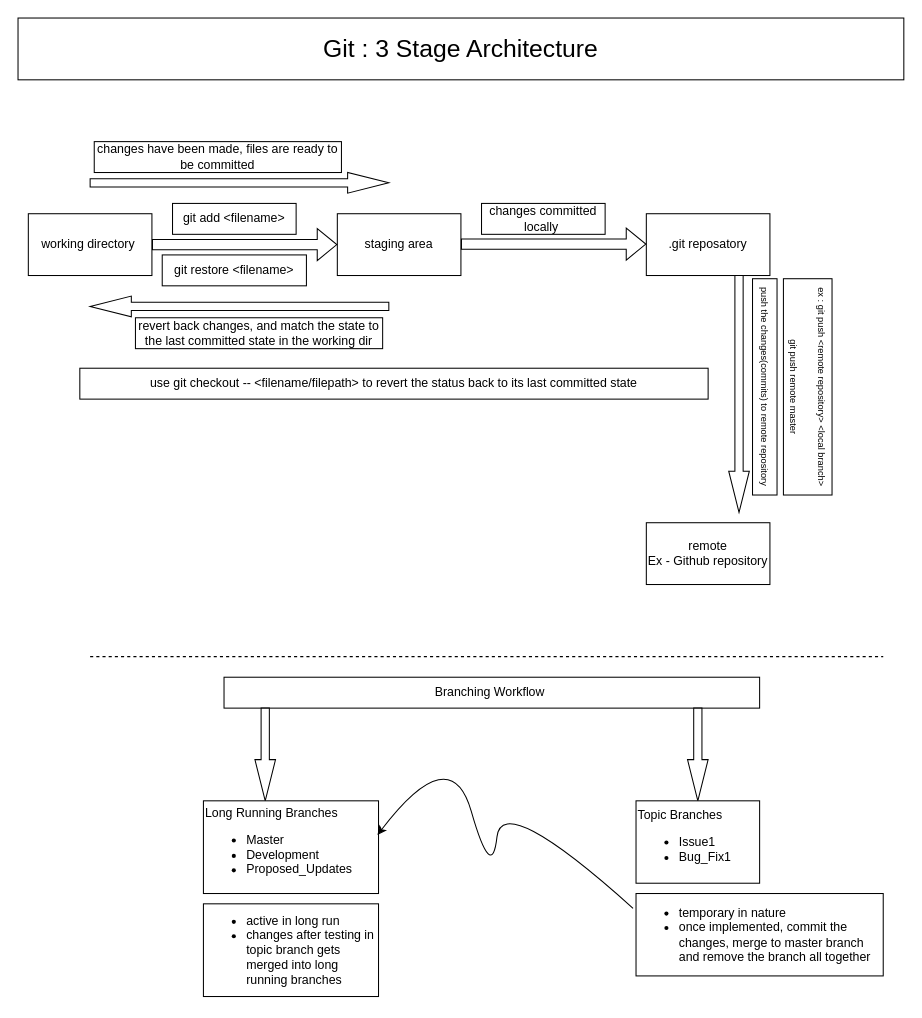
Earlier version of the draw.io diagram Git_architecture.drawio (mj111312/learning-Git). Source tidied: cells renumbered, new cells numbered last; positions are measured from the earlier drawing's top-left corner, leaving out a move shared by most shapes. Both pictures are drawn from the tidied source at 103%, with x=0, y=0 at pixel (18, 18).
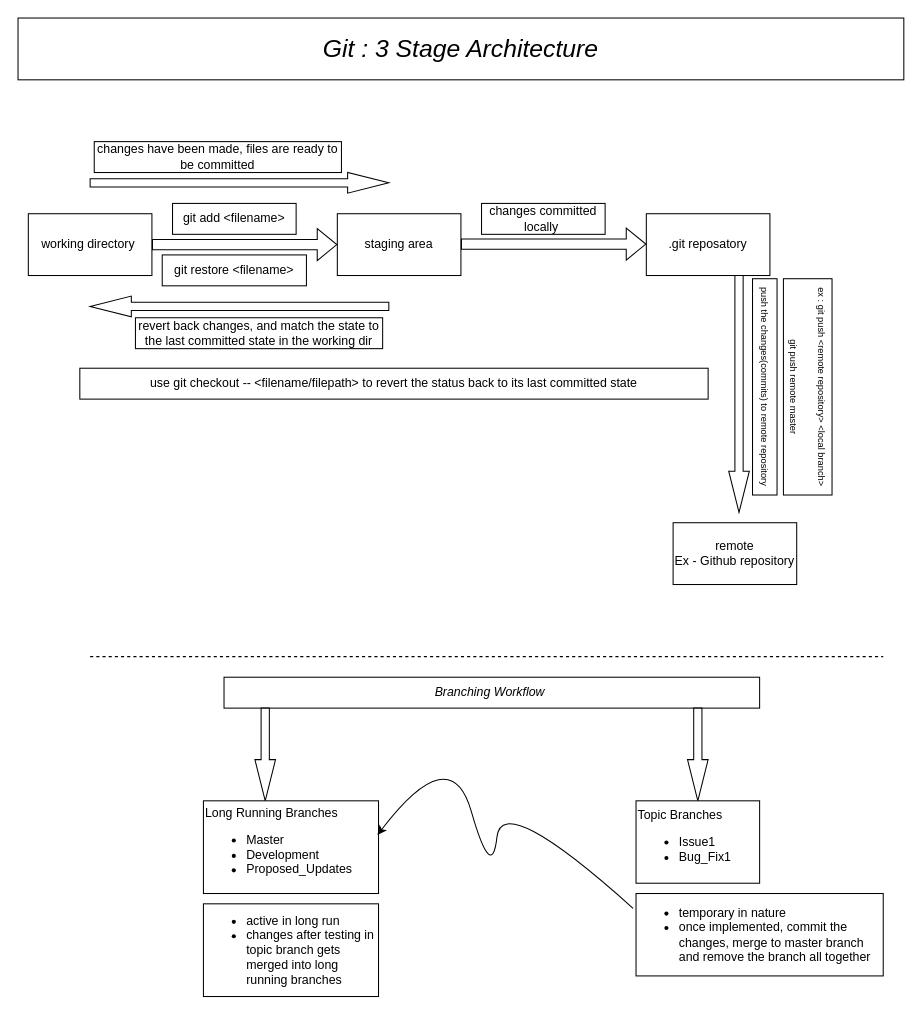
The same page after the edit.

Commit message (it also covers changes not shown here):
made headers in italic font style

What changed in the source:
```diff
@@
-    <mxCell id="7" value="&lt;font style=&quot;font-size: 24px;&quot;&gt;Git : 3 Stage Architecture&lt;/font&gt;" style="rounded=0;whiteSpace=wrap;html=1;" parent="1" vertex="1">
+    <mxCell id="7" value="&lt;font style=&quot;font-size: 24px;&quot;&gt;Git : 3 Stage Architecture&lt;/font&gt;" style="rounded=0;whiteSpace=wrap;html=1;fontStyle=2;" parent="1" vertex="1">
       <mxGeometry width="860" height="60" as="geometry" />
     </mxCell>
@@
     <mxCell id="15" value="remote&lt;div&gt;Ex - Github repository&lt;/div&gt;" style="rounded=0;whiteSpace=wrap;html=1;" parent="1" vertex="1">
-      <mxGeometry x="610" y="490" width="120" height="60" as="geometry" />
+      <mxGeometry x="636" y="490" width="120" height="60" as="geometry" />
     </mxCell>
@@
-    <mxCell id="21" value="Branching Workflow&amp;nbsp;" style="rounded=0;whiteSpace=wrap;html=1;" parent="1" vertex="1">
+    <mxCell id="21" value="Branching Workflow&amp;nbsp;" style="rounded=0;whiteSpace=wrap;html=1;fontStyle=2;" parent="1" vertex="1">
       <mxGeometry x="200" y="640" width="520" height="30" as="geometry" />
     </mxCell>
```
